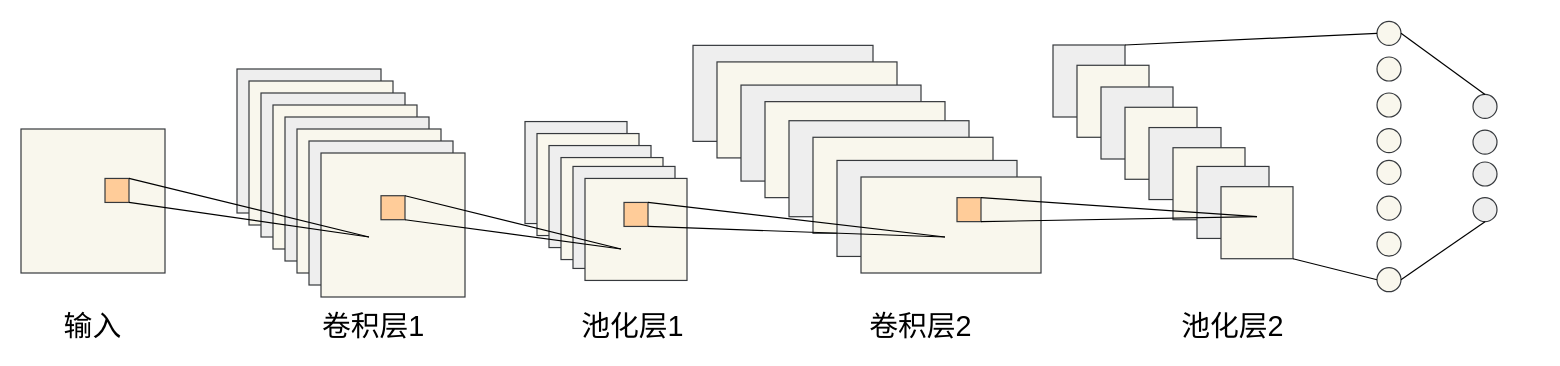
Above: output/CNN.drawio in yagaoyg/BIKE-prediction (draw.io), before the change. Source tidied: cells renumbered, new cells numbered last; positions are measured from the earlier drawing's top-left corner, leaving out a move shared by most shapes. Both pictures are drawn from the tidied source at 120%, with x=0, y=0 at pixel (20, 20).
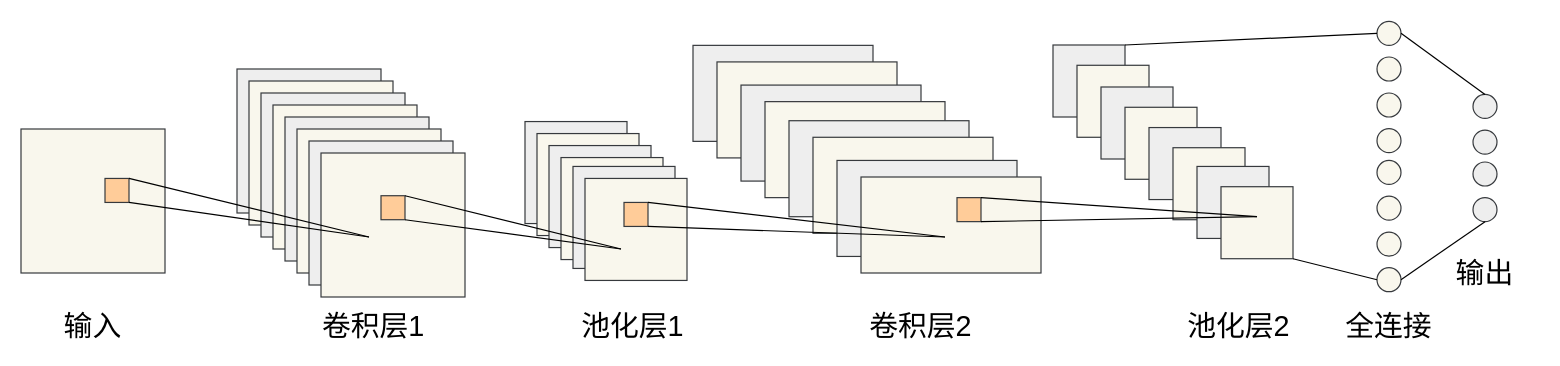
The same page after the edit.

The edit, as a diff of the source:
```diff
@@
     <mxCell id="65" value="&lt;span style=&quot;font-size: 24px;&quot;&gt;池化层2&lt;/span&gt;" style="text;html=1;align=center;verticalAlign=middle;whiteSpace=wrap;rounded=0;" parent="1" vertex="1">
-      <mxGeometry x="950" y="240" width="120" height="30" as="geometry" />
+      <mxGeometry x="970" y="240" width="90" height="30" as="geometry" />
     </mxCell>
+    <mxCell id="66" value="&lt;span style=&quot;font-size: 24px;&quot;&gt;全连接&lt;/span&gt;" style="text;html=1;align=center;verticalAlign=middle;whiteSpace=wrap;rounded=0;" parent="1" vertex="1">
+      <mxGeometry x="1095" y="240" width="90" height="30" as="geometry" />
+    </mxCell>
+    <mxCell id="67" value="&lt;span style=&quot;font-size: 24px;&quot;&gt;输出&lt;/span&gt;" style="text;html=1;align=center;verticalAlign=middle;whiteSpace=wrap;rounded=0;" parent="1" vertex="1">
+      <mxGeometry x="1175" y="196.2" width="90" height="30" as="geometry" />
+    </mxCell>
```
